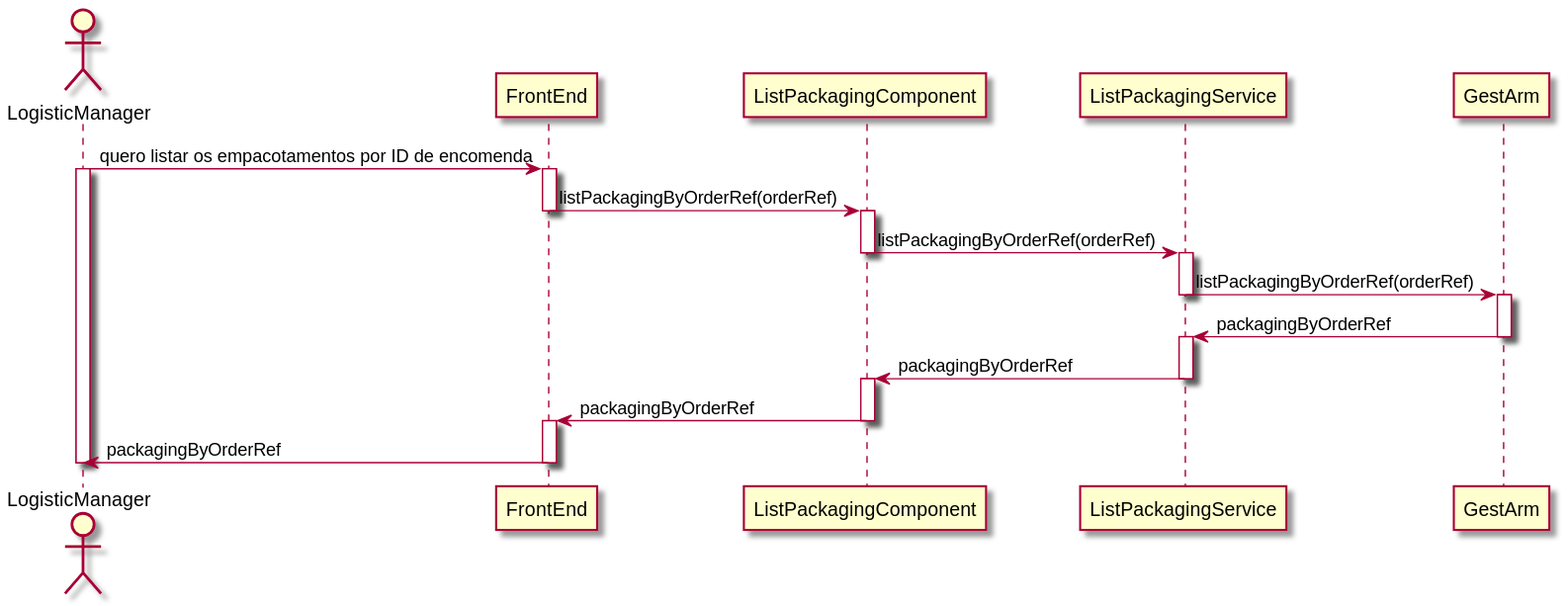
The PlantUML diagram Wiki/FrontEnd_Wiki/UseCases/List Packaging/N3_VP_alt3.svg in MarianaCLages/LAPR5, before a commit.
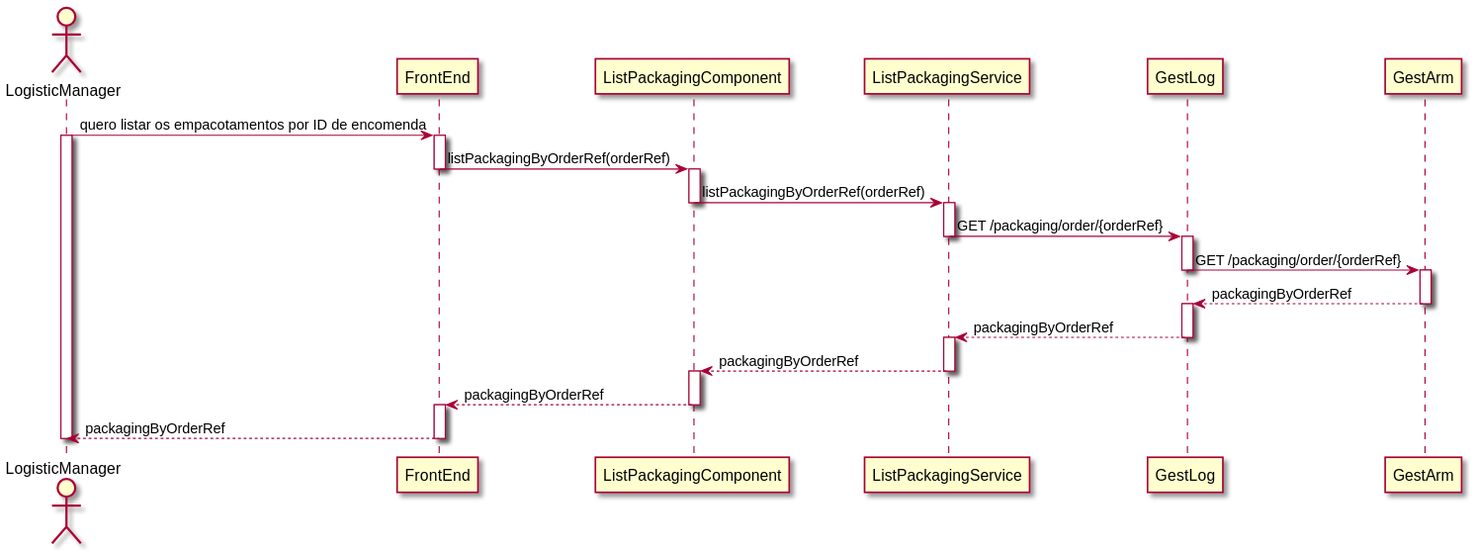
The same file after the commit.

Diff of the diagram source:
```diff
@@ -4,6 +4,7 @@
 participant FrontEnd
 participant ListPackagingComponent
 participant ListPackagingService
+participant GestLog
 participant GestArm
 
 LogisticManager -> FrontEnd : quero listar os empacotamentos por ID de encomenda
@@ -15,19 +16,25 @@
 ListPackagingComponent -> ListPackagingService : listPackagingByOrderRef(orderRef)
 deactivate ListPackagingComponent
 activate ListPackagingService
-ListPackagingService -> GestArm : listPackagingByOrderRef(orderRef)
+ListPackagingService -> GestLog : GET /packaging/order/{orderRef}
 deactivate ListPackagingService
+activate GestLog
+GestLog -> GestArm : GET /packaging/order/{orderRef}
+deactivate GestLog
 activate GestArm
-GestArm -> ListPackagingService : packagingByOrderRef
+GestArm --> GestLog : packagingByOrderRef
 deactivate GestArm
+activate GestLog
+GestLog --> ListPackagingService : packagingByOrderRef
+deactivate GestLog
 activate ListPackagingService
-ListPackagingService -> ListPackagingComponent : packagingByOrderRef
+ListPackagingService --> ListPackagingComponent : packagingByOrderRef
 deactivate ListPackagingService
 activate ListPackagingComponent
-ListPackagingComponent -> FrontEnd : packagingByOrderRef
+ListPackagingComponent --> FrontEnd : packagingByOrderRef
 deactivate ListPackagingComponent
 activate FrontEnd
-FrontEnd -> LogisticManager : packagingByOrderRef
+FrontEnd --> LogisticManager : packagingByOrderRef
 deactivate FrontEnd
 deactivate LogisticManager
 
```
